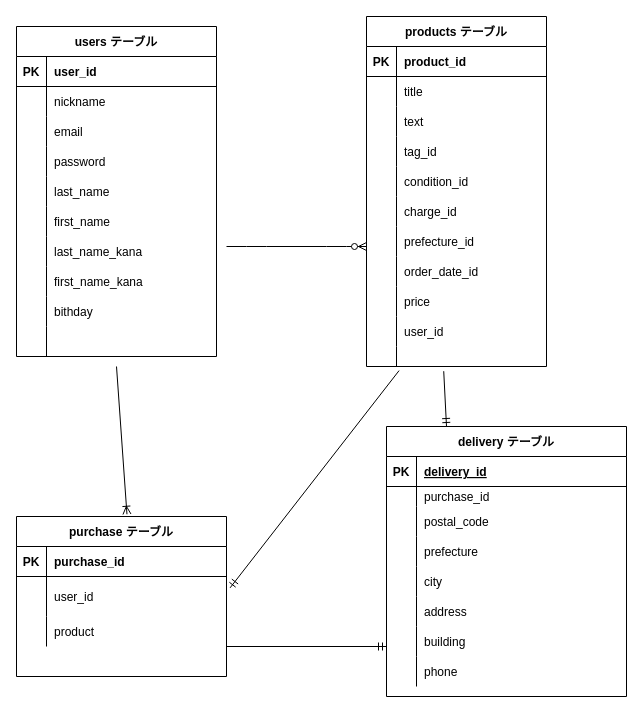
Earlier version of the draw.io diagram furima.dio (Maririn1223/furima_34352). Source tidied: cells renumbered, new cells numbered last; positions are measured from the earlier drawing's top-left corner, leaving out a move shared by most shapes. Both pictures are drawn from the tidied source at 100%, with x=0, y=0 at pixel (16, 16).
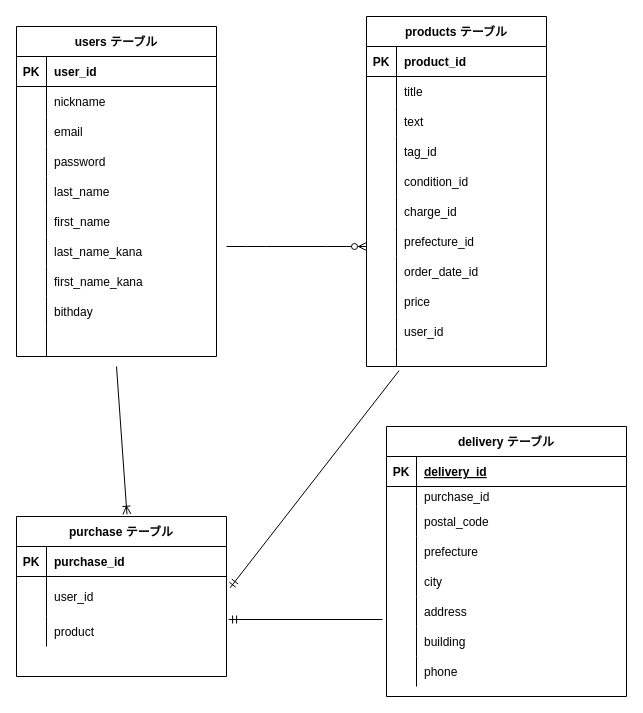
The same page after the edit.

Commit message (it also covers changes not shown here):
親は「購入履歴テーブル」になる

The change refers to these unchanged cells:
```xml
<mxCell id="64" style="shape=partialRectangle;fillColor=none;top=0;left=0;bottom=0;right=0;points=[[0,0.5],[1,0.5]];portConstraint=eastwest;" parent="33" vertex="1">
  <mxGeometry y="330" width="180" height="20" as="geometry" />
</mxCell>
<mxCell id="67" value="delivery テーブル" style="shape=table;startSize=30;childLayout=tableLayout;rowLines=0;fontStyle=1;align=center;" parent="1" vertex="1">
  <mxGeometry x="370" y="410" width="240" height="270" as="geometry" />
</mxCell>
<mxCell id="100" style="shape=partialRectangle;fillColor=none;top=0;left=0;bottom=0;right=0;points=[[0,0.5],[1,0.5]];portConstraint=eastwest;" parent="93" vertex="1">
  <mxGeometry y="100" width="210" height="30" as="geometry" />
</mxCell>
```

What changed in the source:
```diff
@@
-    <mxCell id="104" style="fontSize=12;html=1;endArrow=ERmandOne;exitX=1;exitY=0.5;exitDx=0;exitDy=0;" parent="1" edge="1">
-      <mxGeometry relative="1" as="geometry">
-        <mxPoint x="210" y="630" as="sourcePoint" />
-        <mxPoint x="370" y="630" as="targetPoint" />
-      </mxGeometry>
-    </mxCell>
@@
-    <mxCell id="106" style="fontSize=12;html=1;endArrow=ERmandOne;entryX=0.25;entryY=0;entryDx=0;entryDy=0;exitX=0.429;exitY=1.235;exitDx=0;exitDy=0;exitPerimeter=0;" parent="1" edge="1" source="64" target="67">
-      <mxGeometry relative="1" as="geometry" />
-    </mxCell>
+    <mxCell id="107" style="fontSize=12;html=1;endArrow=ERmandOne;entryX=1.01;entryY=0.1;entryDx=0;entryDy=0;entryPerimeter=0;" parent="1" edge="1" target="100">
+      <mxGeometry relative="1" as="geometry">
+        <mxPoint x="366" y="603" as="sourcePoint" />
+      </mxGeometry>
+    </mxCell>
```
